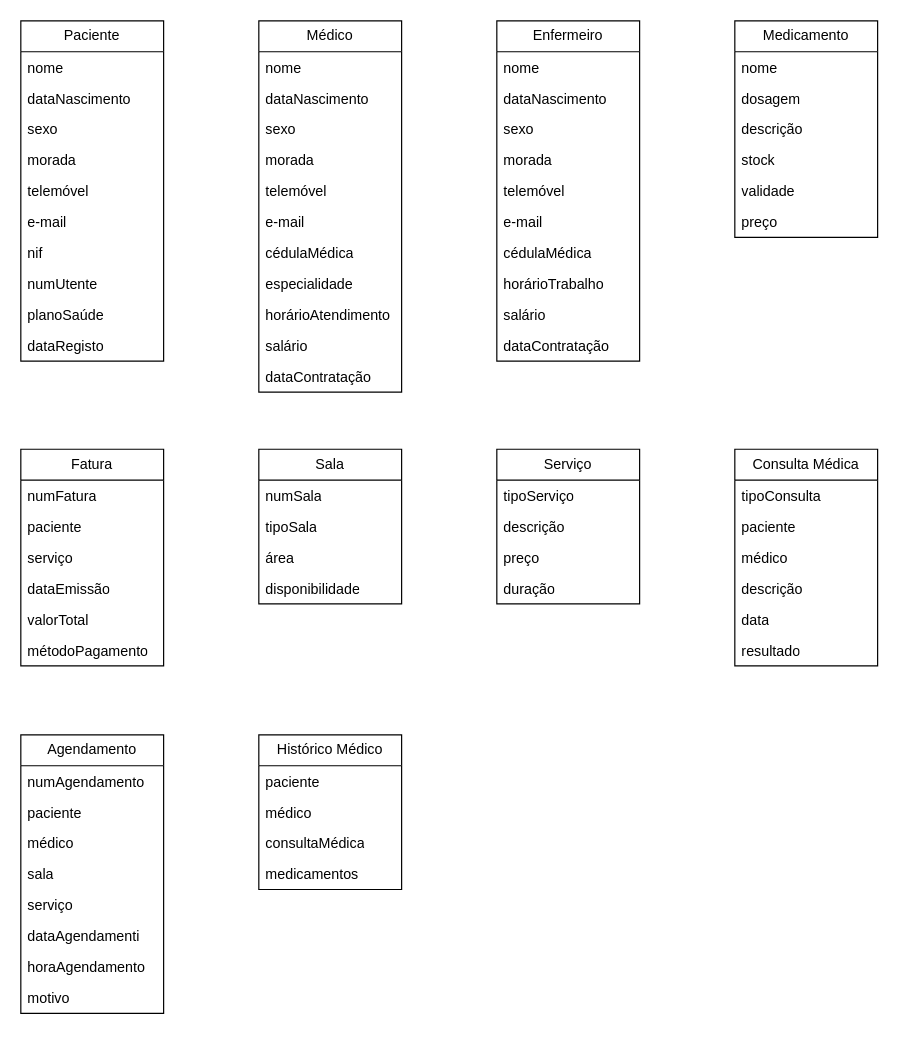
The draw.io diagram page "Classes and attributes" (1 of 2) of report/Hospital_DataBase_BD.drawio in sillss1/PROJETO-BD-1, before the edit. Source tidied: cells renumbered, new cells numbered last; positions are measured from the earlier drawing's top-left corner, leaving out a move shared by most shapes. Both pictures are drawn from the tidied source at 119%, with x=0, y=0 at pixel (20, 20).
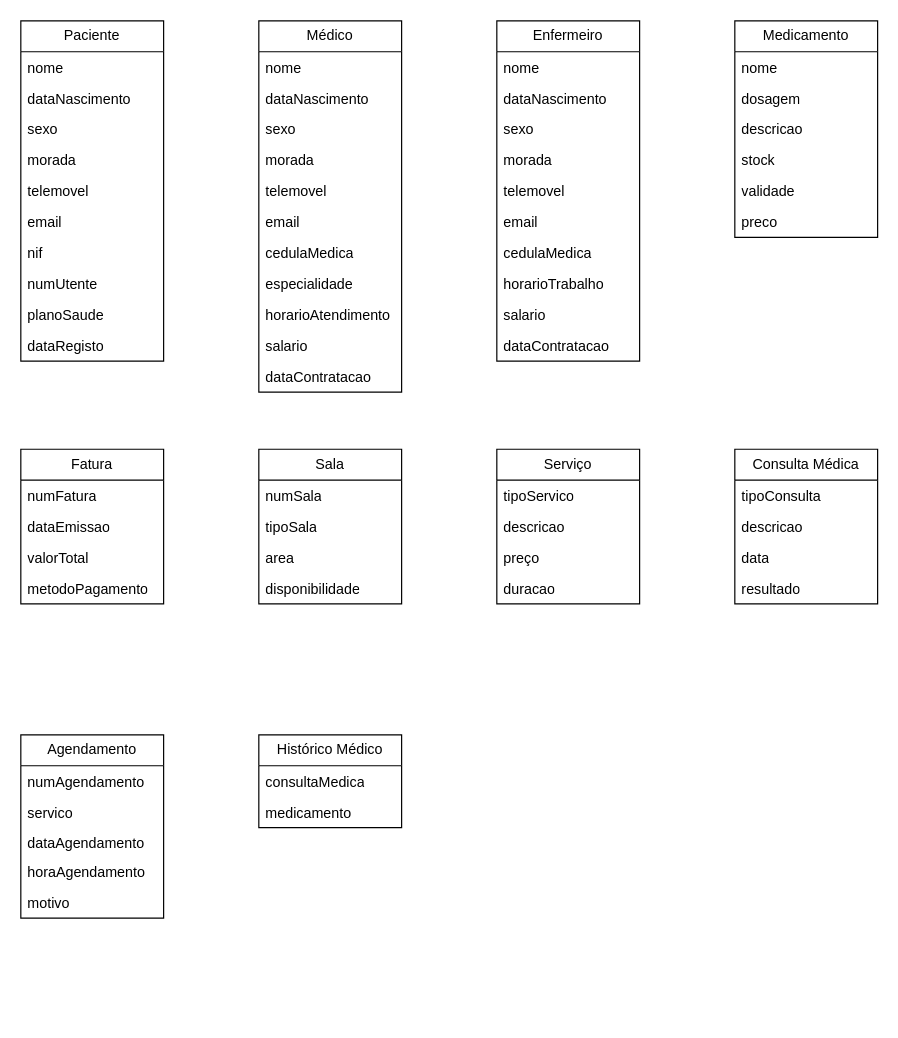
After the change.

Unchanged cells that the change refers to:
```xml
<mxCell id="2" value="Paciente" style="swimlane;fontStyle=0;horizontal=1;startSize=26;fillColor=none;whiteSpace=wrap;html=1;" parent="1" vertex="1">
  <mxGeometry width="120" height="286" as="geometry" />
</mxCell>
<mxCell id="13" value="Médico" style="swimlane;fontStyle=0;horizontal=1;startSize=26;fillColor=none;whiteSpace=wrap;html=1;" parent="1" vertex="1">
  <mxGeometry x="200" width="120" height="312" as="geometry" />
</mxCell>
<mxCell id="25" value="Enfermeiro" style="swimlane;fontStyle=0;horizontal=1;startSize=26;fillColor=none;whiteSpace=wrap;html=1;" parent="1" vertex="1">
  <mxGeometry x="400" width="120" height="286" as="geometry" />
</mxCell>
<mxCell id="36" value="Medicamento" style="swimlane;fontStyle=0;horizontal=1;startSize=26;fillColor=none;whiteSpace=wrap;html=1;" parent="1" vertex="1">
  <mxGeometry x="600" width="120" height="182" as="geometry" />
</mxCell>
<mxCell id="50" value="Sala" style="swimlane;fontStyle=0;horizontal=1;startSize=26;fillColor=none;whiteSpace=wrap;html=1;" parent="1" vertex="1">
  <mxGeometry x="200" y="360" width="120" height="130" as="geometry" />
</mxCell>
<mxCell id="55" value="Serviço" style="swimlane;fontStyle=0;horizontal=1;startSize=26;fillColor=none;whiteSpace=wrap;html=1;" parent="1" vertex="1">
  <mxGeometry x="400" y="360" width="120" height="130" as="geometry" />
</mxCell>
```

What changed in the source:
```diff
@@
-    <mxCell id="7" value="telemóvel" style="text;strokeColor=none;fillColor=none;align=left;verticalAlign=top;spacingLeft=4;spacingRight=4;overflow=hidden;whiteSpace=wrap;html=1;" parent="2" vertex="1">
+    <mxCell id="7" value="telemovel" style="text;strokeColor=none;fillColor=none;align=left;verticalAlign=top;spacingLeft=4;spacingRight=4;overflow=hidden;whiteSpace=wrap;html=1;" parent="2" vertex="1">
       <mxGeometry y="130" width="120" height="26" as="geometry" />
     </mxCell>
-    <mxCell id="8" value="e-mail" style="text;strokeColor=none;fillColor=none;align=left;verticalAlign=top;spacingLeft=4;spacingRight=4;overflow=hidden;whiteSpace=wrap;html=1;" parent="2" vertex="1">
+    <mxCell id="8" value="email" style="text;strokeColor=none;fillColor=none;align=left;verticalAlign=top;spacingLeft=4;spacingRight=4;overflow=hidden;whiteSpace=wrap;html=1;" parent="2" vertex="1">
       <mxGeometry y="156" width="120" height="26" as="geometry" />
     </mxCell>
@@
-    <mxCell id="11" value="planoSaúde" style="text;strokeColor=none;fillColor=none;align=left;verticalAlign=top;spacingLeft=4;spacingRight=4;overflow=hidden;whiteSpace=wrap;html=1;" parent="2" vertex="1">
+    <mxCell id="11" value="planoSaude" style="text;strokeColor=none;fillColor=none;align=left;verticalAlign=top;spacingLeft=4;spacingRight=4;overflow=hidden;whiteSpace=wrap;html=1;" parent="2" vertex="1">
       <mxGeometry y="234" width="120" height="26" as="geometry" />
     </mxCell>
@@
-    <mxCell id="18" value="telemóvel" style="text;strokeColor=none;fillColor=none;align=left;verticalAlign=top;spacingLeft=4;spacingRight=4;overflow=hidden;whiteSpace=wrap;html=1;" parent="13" vertex="1">
+    <mxCell id="18" value="telemovel" style="text;strokeColor=none;fillColor=none;align=left;verticalAlign=top;spacingLeft=4;spacingRight=4;overflow=hidden;whiteSpace=wrap;html=1;" parent="13" vertex="1">
       <mxGeometry y="130" width="120" height="26" as="geometry" />
     </mxCell>
-    <mxCell id="19" value="e-mail" style="text;strokeColor=none;fillColor=none;align=left;verticalAlign=top;spacingLeft=4;spacingRight=4;overflow=hidden;whiteSpace=wrap;html=1;" parent="13" vertex="1">
+    <mxCell id="19" value="email" style="text;strokeColor=none;fillColor=none;align=left;verticalAlign=top;spacingLeft=4;spacingRight=4;overflow=hidden;whiteSpace=wrap;html=1;" parent="13" vertex="1">
       <mxGeometry y="156" width="120" height="26" as="geometry" />
     </mxCell>
-    <mxCell id="20" value="cédulaMédica" style="text;strokeColor=none;fillColor=none;align=left;verticalAlign=top;spacingLeft=4;spacingRight=4;overflow=hidden;whiteSpace=wrap;html=1;" parent="13" vertex="1">
+    <mxCell id="20" value="cedulaMedica" style="text;strokeColor=none;fillColor=none;align=left;verticalAlign=top;spacingLeft=4;spacingRight=4;overflow=hidden;whiteSpace=wrap;html=1;" parent="13" vertex="1">
       <mxGeometry y="182" width="120" height="26" as="geometry" />
     </mxCell>
@@
-    <mxCell id="22" value="horárioAtendimento" style="text;strokeColor=none;fillColor=none;align=left;verticalAlign=top;spacingLeft=4;spacingRight=4;overflow=hidden;whiteSpace=wrap;html=1;" parent="13" vertex="1">
+    <mxCell id="22" value="horarioAtendimento" style="text;strokeColor=none;fillColor=none;align=left;verticalAlign=top;spacingLeft=4;spacingRight=4;overflow=hidden;whiteSpace=wrap;html=1;" parent="13" vertex="1">
       <mxGeometry y="234" width="120" height="26" as="geometry" />
     </mxCell>
-    <mxCell id="23" value="salário" style="text;strokeColor=none;fillColor=none;align=left;verticalAlign=top;spacingLeft=4;spacingRight=4;overflow=hidden;whiteSpace=wrap;html=1;" parent="13" vertex="1">
+    <mxCell id="23" value="salario" style="text;strokeColor=none;fillColor=none;align=left;verticalAlign=top;spacingLeft=4;spacingRight=4;overflow=hidden;whiteSpace=wrap;html=1;" parent="13" vertex="1">
       <mxGeometry y="260" width="120" height="26" as="geometry" />
     </mxCell>
-    <mxCell id="24" value="dataContratação" style="text;strokeColor=none;fillColor=none;align=left;verticalAlign=top;spacingLeft=4;spacingRight=4;overflow=hidden;whiteSpace=wrap;html=1;" parent="13" vertex="1">
+    <mxCell id="24" value="dataContratacao" style="text;strokeColor=none;fillColor=none;align=left;verticalAlign=top;spacingLeft=4;spacingRight=4;overflow=hidden;whiteSpace=wrap;html=1;" parent="13" vertex="1">
       <mxGeometry y="286" width="120" height="26" as="geometry" />
     </mxCell>
@@
-    <mxCell id="30" value="telemóvel" style="text;strokeColor=none;fillColor=none;align=left;verticalAlign=top;spacingLeft=4;spacingRight=4;overflow=hidden;whiteSpace=wrap;html=1;" parent="25" vertex="1">
+    <mxCell id="30" value="telemovel" style="text;strokeColor=none;fillColor=none;align=left;verticalAlign=top;spacingLeft=4;spacingRight=4;overflow=hidden;whiteSpace=wrap;html=1;" parent="25" vertex="1">
       <mxGeometry y="130" width="120" height="26" as="geometry" />
     </mxCell>
-    <mxCell id="31" value="e-mail" style="text;strokeColor=none;fillColor=none;align=left;verticalAlign=top;spacingLeft=4;spacingRight=4;overflow=hidden;whiteSpace=wrap;html=1;" parent="25" vertex="1">
+    <mxCell id="31" value="email" style="text;strokeColor=none;fillColor=none;align=left;verticalAlign=top;spacingLeft=4;spacingRight=4;overflow=hidden;whiteSpace=wrap;html=1;" parent="25" vertex="1">
       <mxGeometry y="156" width="120" height="26" as="geometry" />
     </mxCell>
-    <mxCell id="32" value="cédulaMédica" style="text;strokeColor=none;fillColor=none;align=left;verticalAlign=top;spacingLeft=4;spacingRight=4;overflow=hidden;whiteSpace=wrap;html=1;" parent="25" vertex="1">
+    <mxCell id="32" value="cedulaMedica" style="text;strokeColor=none;fillColor=none;align=left;verticalAlign=top;spacingLeft=4;spacingRight=4;overflow=hidden;whiteSpace=wrap;html=1;" parent="25" vertex="1">
       <mxGeometry y="182" width="120" height="26" as="geometry" />
     </mxCell>
-    <mxCell id="33" value="horárioTrabalho" style="text;strokeColor=none;fillColor=none;align=left;verticalAlign=top;spacingLeft=4;spacingRight=4;overflow=hidden;whiteSpace=wrap;html=1;" parent="25" vertex="1">
+    <mxCell id="33" value="horarioTrabalho" style="text;strokeColor=none;fillColor=none;align=left;verticalAlign=top;spacingLeft=4;spacingRight=4;overflow=hidden;whiteSpace=wrap;html=1;" parent="25" vertex="1">
       <mxGeometry y="208" width="120" height="26" as="geometry" />
     </mxCell>
-    <mxCell id="34" value="salário" style="text;strokeColor=none;fillColor=none;align=left;verticalAlign=top;spacingLeft=4;spacingRight=4;overflow=hidden;whiteSpace=wrap;html=1;" parent="25" vertex="1">
+    <mxCell id="34" value="salario" style="text;strokeColor=none;fillColor=none;align=left;verticalAlign=top;spacingLeft=4;spacingRight=4;overflow=hidden;whiteSpace=wrap;html=1;" parent="25" vertex="1">
       <mxGeometry y="234" width="120" height="26" as="geometry" />
     </mxCell>
-    <mxCell id="35" value="dataContratação" style="text;strokeColor=none;fillColor=none;align=left;verticalAlign=top;spacingLeft=4;spacingRight=4;overflow=hidden;whiteSpace=wrap;html=1;" parent="25" vertex="1">
+    <mxCell id="35" value="dataContratacao" style="text;strokeColor=none;fillColor=none;align=left;verticalAlign=top;spacingLeft=4;spacingRight=4;overflow=hidden;whiteSpace=wrap;html=1;" parent="25" vertex="1">
       <mxGeometry y="260" width="120" height="26" as="geometry" />
     </mxCell>
@@
-    <mxCell id="39" value="descrição" style="text;strokeColor=none;fillColor=none;align=left;verticalAlign=top;spacingLeft=4;spacingRight=4;overflow=hidden;whiteSpace=wrap;html=1;" parent="36" vertex="1">
+    <mxCell id="39" value="descricao" style="text;strokeColor=none;fillColor=none;align=left;verticalAlign=top;spacingLeft=4;spacingRight=4;overflow=hidden;whiteSpace=wrap;html=1;" parent="36" vertex="1">
       <mxGeometry y="78" width="120" height="26" as="geometry" />
     </mxCell>
@@
-    <mxCell id="42" value="preço" style="text;strokeColor=none;fillColor=none;align=left;verticalAlign=top;spacingLeft=4;spacingRight=4;overflow=hidden;whiteSpace=wrap;html=1;" parent="36" vertex="1">
+    <mxCell id="42" value="preco" style="text;strokeColor=none;fillColor=none;align=left;verticalAlign=top;spacingLeft=4;spacingRight=4;overflow=hidden;whiteSpace=wrap;html=1;" parent="36" vertex="1">
       <mxGeometry y="156" width="120" height="26" as="geometry" />
     </mxCell>
     <mxCell id="43" value="Fatura" style="swimlane;fontStyle=0;horizontal=1;startSize=26;fillColor=none;whiteSpace=wrap;html=1;" parent="1" vertex="1">
-      <mxGeometry y="360" width="120" height="182" as="geometry" />
+      <mxGeometry y="360" width="120" height="130" as="geometry" />
     </mxCell>
@@
-    <mxCell id="45" value="paciente" style="text;strokeColor=none;fillColor=none;align=left;verticalAlign=top;spacingLeft=4;spacingRight=4;overflow=hidden;whiteSpace=wrap;html=1;" parent="43" vertex="1">
-      <mxGeometry y="52" width="120" height="26" as="geometry" />
-    </mxCell>
-    <mxCell id="46" value="serviço" style="text;strokeColor=none;fillColor=none;align=left;verticalAlign=top;spacingLeft=4;spacingRight=4;overflow=hidden;whiteSpace=wrap;html=1;" parent="43" vertex="1">
-      <mxGeometry y="78" width="120" height="26" as="geometry" />
-    </mxCell>
-    <mxCell id="47" value="dataEmissão" style="text;strokeColor=none;fillColor=none;align=left;verticalAlign=top;spacingLeft=4;spacingRight=4;overflow=hidden;whiteSpace=wrap;html=1;" parent="43" vertex="1">
-      <mxGeometry y="104" width="120" height="26" as="geometry" />
+    <mxCell id="47" value="dataEmissao" style="text;strokeColor=none;fillColor=none;align=left;verticalAlign=top;spacingLeft=4;spacingRight=4;overflow=hidden;whiteSpace=wrap;html=1;" parent="43" vertex="1">
+      <mxGeometry y="52" width="120" height="26" as="geometry" />
     </mxCell>
     <mxCell id="48" value="valorTotal" style="text;strokeColor=none;fillColor=none;align=left;verticalAlign=top;spacingLeft=4;spacingRight=4;overflow=hidden;whiteSpace=wrap;html=1;" parent="43" vertex="1">
-      <mxGeometry y="130" width="120" height="26" as="geometry" />
+      <mxGeometry y="78" width="120" height="26" as="geometry" />
     </mxCell>
-    <mxCell id="49" value="métodoPagamento" style="text;strokeColor=none;fillColor=none;align=left;verticalAlign=top;spacingLeft=4;spacingRight=4;overflow=hidden;whiteSpace=wrap;html=1;" parent="43" vertex="1">
-      <mxGeometry y="156" width="120" height="26" as="geometry" />
+    <mxCell id="49" value="metodoPagamento" style="text;strokeColor=none;fillColor=none;align=left;verticalAlign=top;spacingLeft=4;spacingRight=4;overflow=hidden;whiteSpace=wrap;html=1;" parent="43" vertex="1">
+      <mxGeometry y="104" width="120" height="26" as="geometry" />
     </mxCell>
@@
-    <mxCell id="53" value="área" style="text;strokeColor=none;fillColor=none;align=left;verticalAlign=top;spacingLeft=4;spacingRight=4;overflow=hidden;whiteSpace=wrap;html=1;" parent="50" vertex="1">
+    <mxCell id="53" value="area" style="text;strokeColor=none;fillColor=none;align=left;verticalAlign=top;spacingLeft=4;spacingRight=4;overflow=hidden;whiteSpace=wrap;html=1;" parent="50" vertex="1">
       <mxGeometry y="78" width="120" height="26" as="geometry" />
     </mxCell>
@@
-    <mxCell id="56" value="tipoServiço" style="text;strokeColor=none;fillColor=none;align=left;verticalAlign=top;spacingLeft=4;spacingRight=4;overflow=hidden;whiteSpace=wrap;html=1;" parent="55" vertex="1">
+    <mxCell id="56" value="tipoServico" style="text;strokeColor=none;fillColor=none;align=left;verticalAlign=top;spacingLeft=4;spacingRight=4;overflow=hidden;whiteSpace=wrap;html=1;" parent="55" vertex="1">
       <mxGeometry y="26" width="120" height="26" as="geometry" />
     </mxCell>
-    <mxCell id="57" value="descrição" style="text;strokeColor=none;fillColor=none;align=left;verticalAlign=top;spacingLeft=4;spacingRight=4;overflow=hidden;whiteSpace=wrap;html=1;" parent="55" vertex="1">
+    <mxCell id="57" value="descricao" style="text;strokeColor=none;fillColor=none;align=left;verticalAlign=top;spacingLeft=4;spacingRight=4;overflow=hidden;whiteSpace=wrap;html=1;" parent="55" vertex="1">
       <mxGeometry y="52" width="120" height="26" as="geometry" />
     </mxCell>
@@
-    <mxCell id="59" value="duração" style="text;strokeColor=none;fillColor=none;align=left;verticalAlign=top;spacingLeft=4;spacingRight=4;overflow=hidden;whiteSpace=wrap;html=1;" parent="55" vertex="1">
+    <mxCell id="59" value="duracao" style="text;strokeColor=none;fillColor=none;align=left;verticalAlign=top;spacingLeft=4;spacingRight=4;overflow=hidden;whiteSpace=wrap;html=1;" parent="55" vertex="1">
       <mxGeometry y="104" width="120" height="26" as="geometry" />
     </mxCell>
     <mxCell id="60" value="Consulta Médica" style="swimlane;fontStyle=0;horizontal=1;startSize=26;fillColor=none;whiteSpace=wrap;html=1;" parent="1" vertex="1">
-      <mxGeometry x="600" y="360" width="120" height="182" as="geometry" />
+      <mxGeometry x="600" y="360" width="120" height="130" as="geometry" />
     </mxCell>
@@
-    <mxCell id="62" value="paciente" style="text;strokeColor=none;fillColor=none;align=left;verticalAlign=top;spacingLeft=4;spacingRight=4;overflow=hidden;whiteSpace=wrap;html=1;" parent="60" vertex="1">
-      <mxGeometry y="52" width="120" height="26" as="geometry" />
-    </mxCell>
-    <mxCell id="63" value="médico" style="text;strokeColor=none;fillColor=none;align=left;verticalAlign=top;spacingLeft=4;spacingRight=4;overflow=hidden;whiteSpace=wrap;html=1;" parent="60" vertex="1">
-      <mxGeometry y="78" width="120" height="26" as="geometry" />
-    </mxCell>
-    <mxCell id="64" value="descrição" style="text;strokeColor=none;fillColor=none;align=left;verticalAlign=top;spacingLeft=4;spacingRight=4;overflow=hidden;whiteSpace=wrap;html=1;" parent="60" vertex="1">
-      <mxGeometry y="104" width="120" height="26" as="geometry" />
+    <mxCell id="64" value="descricao" style="text;strokeColor=none;fillColor=none;align=left;verticalAlign=top;spacingLeft=4;spacingRight=4;overflow=hidden;whiteSpace=wrap;html=1;" parent="60" vertex="1">
+      <mxGeometry y="52" width="120" height="26" as="geometry" />
     </mxCell>
     <mxCell id="65" value="data" style="text;strokeColor=none;fillColor=none;align=left;verticalAlign=top;spacingLeft=4;spacingRight=4;overflow=hidden;whiteSpace=wrap;html=1;" parent="60" vertex="1">
-      <mxGeometry y="130" width="120" height="26" as="geometry" />
+      <mxGeometry y="78" width="120" height="26" as="geometry" />
     </mxCell>
     <mxCell id="66" value="resultado" style="text;strokeColor=none;fillColor=none;align=left;verticalAlign=top;spacingLeft=4;spacingRight=4;overflow=hidden;whiteSpace=wrap;html=1;" parent="60" vertex="1">
-      <mxGeometry y="156" width="120" height="26" as="geometry" />
+      <mxGeometry y="104" width="120" height="26" as="geometry" />
     </mxCell>
     <mxCell id="67" value="Agendamento" style="swimlane;fontStyle=0;horizontal=1;startSize=26;fillColor=none;whiteSpace=wrap;html=1;" parent="1" vertex="1">
-      <mxGeometry y="600" width="120" height="234" as="geometry" />
+      <mxGeometry y="600" width="120" height="154" as="geometry" />
     </mxCell>
@@
-    <mxCell id="69" value="paciente" style="text;strokeColor=none;fillColor=none;align=left;verticalAlign=top;spacingLeft=4;spacingRight=4;overflow=hidden;whiteSpace=wrap;html=1;" parent="67" vertex="1">
-      <mxGeometry y="52" width="120" height="26" as="geometry" />
-    </mxCell>
-    <mxCell id="70" value="médico" style="text;strokeColor=none;fillColor=none;align=left;verticalAlign=top;spacingLeft=4;spacingRight=4;overflow=hidden;whiteSpace=wrap;html=1;" parent="67" vertex="1">
-      <mxGeometry y="78" width="120" height="26" as="geometry" />
-    </mxCell>
-    <mxCell id="71" value="sala" style="text;strokeColor=none;fillColor=none;align=left;verticalAlign=top;spacingLeft=4;spacingRight=4;overflow=hidden;whiteSpace=wrap;html=1;" parent="67" vertex="1">
-      <mxGeometry y="104" width="120" height="26" as="geometry" />
-    </mxCell>
-    <mxCell id="72" value="serviço" style="text;strokeColor=none;fillColor=none;align=left;verticalAlign=top;spacingLeft=4;spacingRight=4;overflow=hidden;whiteSpace=wrap;html=1;" parent="67" vertex="1">
-      <mxGeometry y="130" width="120" height="26" as="geometry" />
+    <mxCell id="72" value="servico" style="text;strokeColor=none;fillColor=none;align=left;verticalAlign=top;spacingLeft=4;spacingRight=4;overflow=hidden;whiteSpace=wrap;html=1;" parent="67" vertex="1">
+      <mxGeometry y="52" width="120" height="26" as="geometry" />
     </mxCell>
-    <mxCell id="73" value="dataAgendamenti" style="text;strokeColor=none;fillColor=none;align=left;verticalAlign=top;spacingLeft=4;spacingRight=4;overflow=hidden;whiteSpace=wrap;html=1;" parent="67" vertex="1">
-      <mxGeometry y="156" width="120" height="26" as="geometry" />
+    <mxCell id="73" value="dataAgendamento" style="text;strokeColor=none;fillColor=none;align=left;verticalAlign=top;spacingLeft=4;spacingRight=4;overflow=hidden;whiteSpace=wrap;html=1;" parent="67" vertex="1">
+      <mxGeometry y="78" width="120" height="24" as="geometry" />
     </mxCell>
     <mxCell id="74" value="horaAgendamento" style="text;strokeColor=none;fillColor=none;align=left;verticalAlign=top;spacingLeft=4;spacingRight=4;overflow=hidden;whiteSpace=wrap;html=1;" parent="67" vertex="1">
-      <mxGeometry y="182" width="120" height="26" as="geometry" />
+      <mxGeometry y="102" width="120" height="26" as="geometry" />
     </mxCell>
     <mxCell id="75" value="motivo" style="text;strokeColor=none;fillColor=none;align=left;verticalAlign=top;spacingLeft=4;spacingRight=4;overflow=hidden;whiteSpace=wrap;html=1;" parent="67" vertex="1">
-      <mxGeometry y="208" width="120" height="26" as="geometry" />
+      <mxGeometry y="128" width="120" height="26" as="geometry" />
     </mxCell>
     <mxCell id="76" value="Histórico Médico" style="swimlane;fontStyle=0;horizontal=1;startSize=26;fillColor=none;whiteSpace=wrap;html=1;" parent="1" vertex="1">
-      <mxGeometry x="200" y="600" width="120" height="130" as="geometry" />
+      <mxGeometry x="200" y="600" width="120" height="78" as="geometry" />
     </mxCell>
-    <mxCell id="77" value="paciente" style="text;strokeColor=none;fillColor=none;align=left;verticalAlign=top;spacingLeft=4;spacingRight=4;overflow=hidden;whiteSpace=wrap;html=1;" parent="76" vertex="1">
-      <mxGeometry y="26" width="120" height="26" as="geometry" />
-    </mxCell>
-    <mxCell id="78" value="médico" style="text;strokeColor=none;fillColor=none;align=left;verticalAlign=top;spacingLeft=4;spacingRight=4;overflow=hidden;whiteSpace=wrap;html=1;" parent="76" vertex="1">
-      <mxGeometry y="52" width="120" height="26" as="geometry" />
-    </mxCell>
-    <mxCell id="79" value="consultaMédica" style="text;strokeColor=none;fillColor=none;align=left;verticalAlign=top;spacingLeft=4;spacingRight=4;overflow=hidden;whiteSpace=wrap;html=1;" parent="76" vertex="1">
-      <mxGeometry y="78" width="120" height="26" as="geometry" />
+    <mxCell id="79" value="consultaMedica" style="text;strokeColor=none;fillColor=none;align=left;verticalAlign=top;spacingLeft=4;spacingRight=4;overflow=hidden;whiteSpace=wrap;html=1;" parent="76" vertex="1">
+      <mxGeometry y="26" width="120" height="26" as="geometry" />
     </mxCell>
-    <mxCell id="80" value="medicamentos" style="text;strokeColor=none;fillColor=none;align=left;verticalAlign=top;spacingLeft=4;spacingRight=4;overflow=hidden;whiteSpace=wrap;html=1;" parent="76" vertex="1">
-      <mxGeometry y="104" width="120" height="26" as="geometry" />
+    <mxCell id="80" value="medicamento&lt;div&gt;&lt;br&gt;&lt;/div&gt;" style="text;strokeColor=none;fillColor=none;align=left;verticalAlign=top;spacingLeft=4;spacingRight=4;overflow=hidden;whiteSpace=wrap;html=1;" parent="76" vertex="1">
+      <mxGeometry y="52" width="120" height="26" as="geometry" />
     </mxCell>
```
